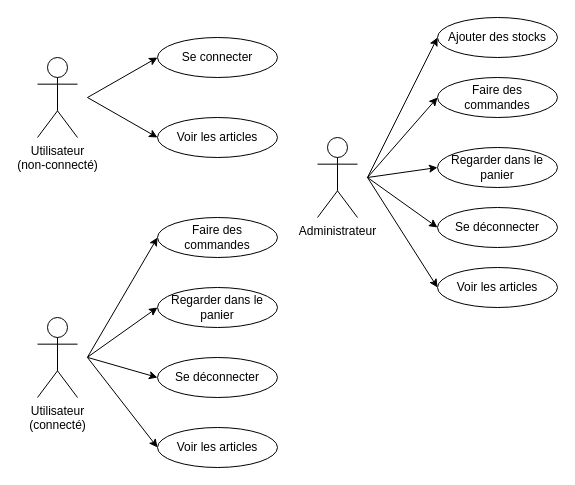
romain-lnr/I_Shoes keeps this draw.io diagram as Documentation/Maquettes/Use case.drawio. Above is the earlier version. Source tidied: cells renumbered, new cells numbered last; positions are measured from the earlier drawing's top-left corner, leaving out a move shared by most shapes. Both pictures are drawn from the tidied source at 100%, with x=0, y=0 at pixel (37, 17).
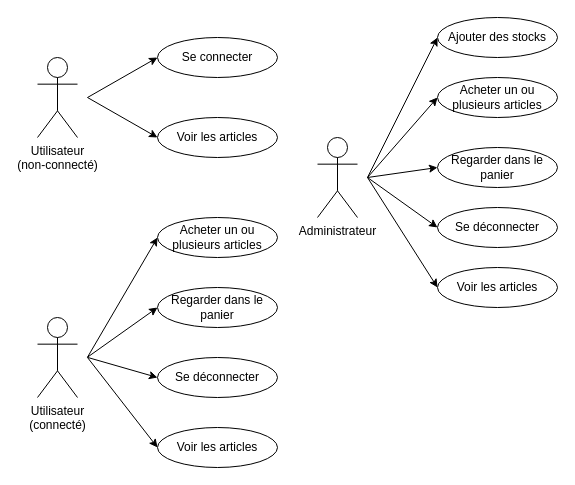
The same diagram, later.

Commit message (it also covers changes not shown here):
Diagram done + User care scenarios

The edit, as a diff of the source:
```diff
@@
-    <mxCell id="11" value="Faire des commandes" style="ellipse;whiteSpace=wrap;html=1;" parent="1" vertex="1">
+    <mxCell id="11" value="Acheter un ou plusieurs articles" style="ellipse;whiteSpace=wrap;html=1;" parent="1" vertex="1">
       <mxGeometry x="120" y="200" width="120" height="40" as="geometry" />
     </mxCell>
@@
-    <mxCell id="21" value="Faire des commandes" style="ellipse;whiteSpace=wrap;html=1;" parent="1" vertex="1">
+    <mxCell id="21" value="Acheter un ou plusieurs articles" style="ellipse;whiteSpace=wrap;html=1;" parent="1" vertex="1">
       <mxGeometry x="400" y="60" width="120" height="40" as="geometry" />
     </mxCell>
```
